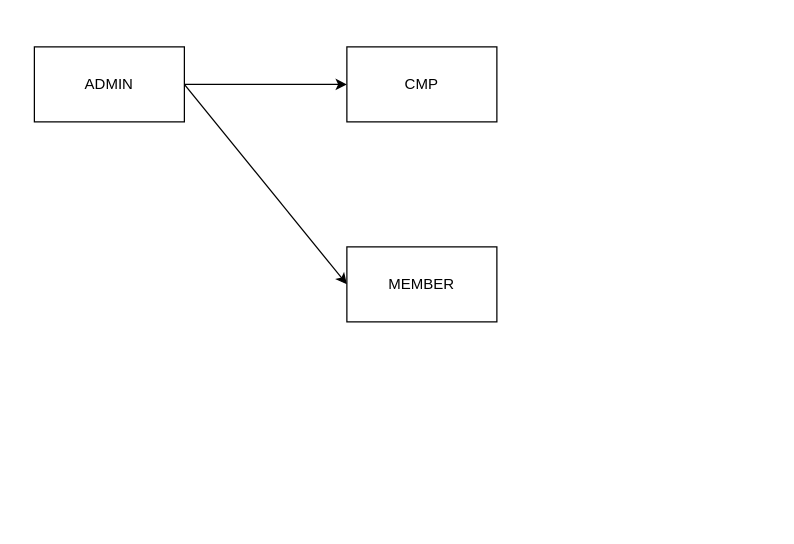
The draw.io diagram cuni.drawio in realten/draw.io, before the edit. Source tidied: cells renumbered, new cells numbered last; positions are measured from the earlier drawing's top-left corner, leaving out a move shared by most shapes. Both pictures are drawn from the tidied source at 125%, with x=0, y=0 at pixel (34, 46).
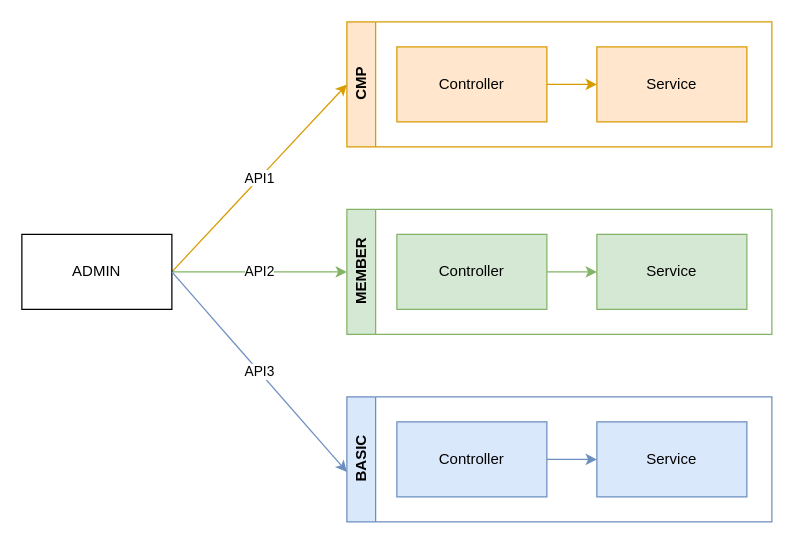
After the change.

What changed in the source:
```diff
@@
 <mxGraphModel>
   <root>
     <mxCell id="0" />
     <mxCell id="1" parent="0" />
-    <mxCell id="2" style="rounded=0;jettySize=auto;html=1;exitX=1;exitY=0.5;exitDx=0;exitDy=0;" parent="1" edge="1" source="4" target="5">
-      <mxGeometry relative="1" as="geometry" />
+    <mxCell id="2" value="API1" style="rounded=0;jettySize=auto;html=1;exitX=1;exitY=0.5;exitDx=0;exitDy=0;fillColor=#ffe6cc;strokeColor=#d79b00;" parent="1" edge="1" source="4">
+      <mxGeometry relative="1" as="geometry">
+        <mxPoint x="250" y="30" as="targetPoint" />
+      </mxGeometry>
     </mxCell>
-    <mxCell id="3" style="rounded=0;jettySize=auto;html=1;exitX=1;exitY=0.5;exitDx=0;exitDy=0;entryX=0;entryY=0.5;entryDx=0;entryDy=0;" parent="1" edge="1" source="4" target="6">
+    <mxCell id="3" value="API2" style="rounded=0;jettySize=auto;html=1;exitX=1;exitY=0.5;exitDx=0;exitDy=0;entryX=0;entryY=0.5;entryDx=0;entryDy=0;fillColor=#d5e8d4;strokeColor=#82b366;" parent="1" edge="1" source="4" target="6">
       <mxGeometry relative="1" as="geometry" />
     </mxCell>
     <mxCell id="4" value="ADMIN" style="rounded=0;whiteSpace=wrap;html=1;" parent="1" vertex="1">
-      <mxGeometry width="120" height="60" as="geometry" />
+      <mxGeometry x="-10" y="150" width="120" height="60" as="geometry" />
     </mxCell>
-    <mxCell id="5" value="CMP" style="rounded=0;whiteSpace=wrap;html=1;" parent="1" vertex="1">
-      <mxGeometry x="250" width="120" height="60" as="geometry" />
+    <mxCell id="5" value="CMP" style="swimlane;horizontal=0;whiteSpace=wrap;html=1;fillColor=#ffe6cc;strokeColor=#d79b00;" parent="1" vertex="1">
+      <mxGeometry x="250" y="-20" width="340" height="100" as="geometry" />
     </mxCell>
+    <mxCell id="7" style="edgeStyle=orthogonalEdgeStyle;rounded=0;jettySize=auto;html=1;fillColor=#ffe6cc;strokeColor=#d79b00;" parent="5" edge="1" source="8" target="9">
+      <mxGeometry relative="1" as="geometry" />
+    </mxCell>
+    <mxCell id="8" value="Controller" style="rounded=0;whiteSpace=wrap;html=1;fillColor=#ffe6cc;strokeColor=#d79b00;" parent="5" vertex="1">
+      <mxGeometry x="40" y="20" width="120" height="60" as="geometry" />
+    </mxCell>
+    <mxCell id="9" value="Service" style="rounded=0;whiteSpace=wrap;html=1;fillColor=#ffe6cc;strokeColor=#d79b00;" parent="5" vertex="1">
+      <mxGeometry x="200" y="20" width="120" height="60" as="geometry" />
+    </mxCell>
-    <mxCell id="6" value="MEMBER" style="rounded=0;whiteSpace=wrap;html=1;" parent="1" vertex="1">
-      <mxGeometry x="250" y="160" width="120" height="60" as="geometry" />
+    <mxCell id="6" value="MEMBER" style="swimlane;horizontal=0;whiteSpace=wrap;html=1;fillColor=#d5e8d4;strokeColor=#82b366;" parent="1" vertex="1">
+      <mxGeometry x="250" y="130" width="340" height="100" as="geometry" />
     </mxCell>
+    <mxCell id="10" style="edgeStyle=orthogonalEdgeStyle;rounded=0;jettySize=auto;html=1;fillColor=#d5e8d4;strokeColor=#82b366;" parent="6" edge="1" source="11" target="12">
+      <mxGeometry relative="1" as="geometry" />
+    </mxCell>
+    <mxCell id="11" value="Controller" style="rounded=0;whiteSpace=wrap;html=1;fillColor=#d5e8d4;strokeColor=#82b366;" parent="6" vertex="1">
+      <mxGeometry x="40" y="20" width="120" height="60" as="geometry" />
+    </mxCell>
+    <mxCell id="12" value="Service" style="rounded=0;whiteSpace=wrap;html=1;fillColor=#d5e8d4;strokeColor=#82b366;" parent="6" vertex="1">
+      <mxGeometry x="200" y="20" width="120" height="60" as="geometry" />
+    </mxCell>
+    <mxCell id="13" value="BASIC" style="swimlane;horizontal=0;whiteSpace=wrap;html=1;fillColor=#dae8fc;strokeColor=#6c8ebf;" parent="1" vertex="1">
+      <mxGeometry x="250" y="280" width="340" height="100" as="geometry" />
+    </mxCell>
+    <mxCell id="14" style="edgeStyle=orthogonalEdgeStyle;rounded=0;jettySize=auto;html=1;fillColor=#dae8fc;strokeColor=#6c8ebf;" parent="13" edge="1" source="15" target="16">
+      <mxGeometry relative="1" as="geometry" />
+    </mxCell>
+    <mxCell id="15" value="Controller" style="rounded=0;whiteSpace=wrap;html=1;fillColor=#dae8fc;strokeColor=#6c8ebf;" parent="13" vertex="1">
+      <mxGeometry x="40" y="20" width="120" height="60" as="geometry" />
+    </mxCell>
+    <mxCell id="16" value="Service" style="rounded=0;whiteSpace=wrap;html=1;fillColor=#dae8fc;strokeColor=#6c8ebf;" parent="13" vertex="1">
+      <mxGeometry x="200" y="20" width="120" height="60" as="geometry" />
+    </mxCell>
+    <mxCell id="17" value="API3" style="rounded=0;jettySize=auto;html=1;entryX=0;entryY=0.6;entryDx=0;entryDy=0;entryPerimeter=0;exitX=1;exitY=0.5;exitDx=0;exitDy=0;fillColor=#dae8fc;strokeColor=#6c8ebf;" parent="1" edge="1" source="4" target="13">
+      <mxGeometry relative="1" as="geometry" />
+    </mxCell>
   </root>
 </mxGraphModel>
```
